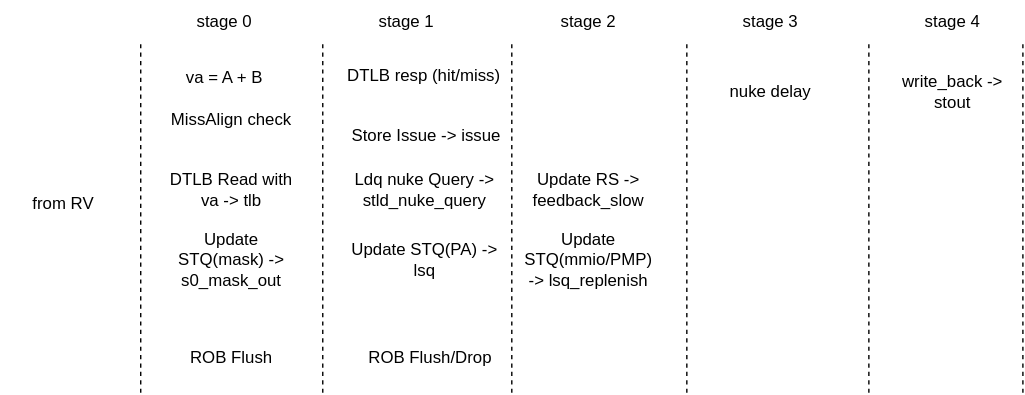
Before: docs/memblock/LSU/figure/StoreUnit-pipeline.svg, a diagram exported from draw.io (OpenXiangShan/XiangShan-Design-Doc). Source tidied: cells renumbered, new cells last; positions are measured from the earlier drawing's top-left corner, leaving out a move shared by most shapes. Its diagram source:
```xml
<mxGraphModel>
  <root>
    <mxCell id="0" />
    <mxCell id="1" parent="0" />
    <mxCell id="2" value="&lt;font style=&quot;font-size: 12px;&quot;&gt;stage 1&lt;/font&gt;" style="text;html=1;align=center;verticalAlign=middle;whiteSpace=wrap;rounded=0;" parent="1" vertex="1">
      <mxGeometry x="260" width="60" height="30" as="geometry" />
    </mxCell>
    <mxCell id="3" value="&lt;font style=&quot;font-size: 12px;&quot;&gt;stage 0&lt;/font&gt;" style="text;html=1;align=center;verticalAlign=middle;whiteSpace=wrap;rounded=0;" parent="1" vertex="1">
      <mxGeometry x="130" width="60" height="30" as="geometry" />
    </mxCell>
    <mxCell id="4" value="&lt;font style=&quot;font-size: 12px;&quot;&gt;stage 2&lt;/font&gt;" style="text;html=1;align=center;verticalAlign=middle;whiteSpace=wrap;rounded=0;" parent="1" vertex="1">
      <mxGeometry x="390" width="60" height="30" as="geometry" />
    </mxCell>
    <mxCell id="5" value="&lt;font style=&quot;font-size: 12px;&quot;&gt;stage 4&lt;/font&gt;" style="text;html=1;align=center;verticalAlign=middle;whiteSpace=wrap;rounded=0;" parent="1" vertex="1">
      <mxGeometry x="650" width="60" height="30" as="geometry" />
    </mxCell>
    <mxCell id="6" value="&lt;font style=&quot;font-size: 12px;&quot;&gt;stage 3&lt;/font&gt;" style="text;html=1;align=center;verticalAlign=middle;whiteSpace=wrap;rounded=0;" parent="1" vertex="1">
      <mxGeometry x="520" width="60" height="30" as="geometry" />
    </mxCell>
    <mxCell id="7" value="&lt;font style=&quot;font-size: 12px;&quot;&gt;va = A + B&lt;/font&gt;" style="text;html=1;align=center;verticalAlign=middle;whiteSpace=wrap;rounded=0;" parent="1" vertex="1">
      <mxGeometry x="130" y="40" width="60" height="30" as="geometry" />
    </mxCell>
    <mxCell id="8" value="&lt;font style=&quot;font-size: 12px;&quot;&gt;MissAlign check&lt;/font&gt;" style="text;html=1;align=center;verticalAlign=middle;whiteSpace=wrap;rounded=0;" parent="1" vertex="1">
      <mxGeometry x="120" y="70" width="90" height="30" as="geometry" />
    </mxCell>
    <mxCell id="9" value="&lt;font style=&quot;font-size: 12px;&quot;&gt;DTLB Read with va -&amp;gt; tlb&lt;/font&gt;" style="text;html=1;align=center;verticalAlign=middle;whiteSpace=wrap;rounded=0;" parent="1" vertex="1">
      <mxGeometry x="120" y="120" width="90" height="30" as="geometry" />
    </mxCell>
    <mxCell id="10" value="&lt;font style=&quot;font-size: 12px;&quot;&gt;Update STQ(mask) -&amp;gt; s0_mask_out&lt;/font&gt;" style="text;html=1;align=center;verticalAlign=middle;whiteSpace=wrap;rounded=0;" parent="1" vertex="1">
      <mxGeometry x="120" y="170" width="90" height="30" as="geometry" />
    </mxCell>
    <mxCell id="11" value="&lt;font style=&quot;font-size: 12px;&quot;&gt;ROB Flush&lt;/font&gt;" style="text;html=1;align=center;verticalAlign=middle;whiteSpace=wrap;rounded=0;" parent="1" vertex="1">
      <mxGeometry x="120" y="240" width="90" height="30" as="geometry" />
    </mxCell>
    <mxCell id="12" value="&lt;font style=&quot;font-size: 12px;&quot;&gt;DTLB resp (hit/miss)&lt;/font&gt;&lt;div&gt;&lt;br&gt;&lt;/div&gt;&lt;div&gt;&lt;br&gt;&lt;div&gt;&lt;font style=&quot;font-size: 12px;&quot;&gt;&amp;nbsp;Store Issue -&amp;gt; issue&lt;/font&gt;&lt;/div&gt;&lt;/div&gt;" style="text;html=1;align=center;verticalAlign=middle;whiteSpace=wrap;rounded=0;" parent="1" vertex="1">
      <mxGeometry x="240" y="60" width="125" height="30" as="geometry" />
    </mxCell>
    <mxCell id="13" value="&lt;font style=&quot;font-size: 12px;&quot;&gt;Ldq nuke Query -&amp;gt; stld_nuke_query&lt;/font&gt;" style="text;html=1;align=center;verticalAlign=middle;whiteSpace=wrap;rounded=0;" parent="1" vertex="1">
      <mxGeometry x="249.5" y="120" width="106" height="30" as="geometry" />
    </mxCell>
    <mxCell id="14" value="Update STQ(PA) -&amp;gt; lsq" style="text;html=1;align=center;verticalAlign=middle;whiteSpace=wrap;rounded=0;" parent="1" vertex="1">
      <mxGeometry x="244.5" y="170" width="116" height="30" as="geometry" />
    </mxCell>
    <mxCell id="15" value="&lt;font style=&quot;font-size: 12px;&quot;&gt;ROB Flush/Drop&lt;/font&gt;" style="text;html=1;align=center;verticalAlign=middle;whiteSpace=wrap;rounded=0;" parent="1" vertex="1">
      <mxGeometry x="254" y="240" width="106" height="30" as="geometry" />
    </mxCell>
    <mxCell id="16" style="endArrow=none;dashed=1;html=1;rounded=0;" parent="1" edge="1">
      <mxGeometry relative="1" as="geometry">
        <mxPoint x="100" y="280" as="sourcePoint" />
        <mxPoint x="100" y="30" as="targetPoint" />
      </mxGeometry>
    </mxCell>
    <mxCell id="17" style="endArrow=none;dashed=1;html=1;rounded=0;" parent="1" edge="1">
      <mxGeometry relative="1" as="geometry">
        <mxPoint x="230" y="280" as="sourcePoint" />
        <mxPoint x="230" y="30" as="targetPoint" />
      </mxGeometry>
    </mxCell>
    <mxCell id="18" value="&lt;font style=&quot;font-size: 12px;&quot;&gt;from RV&lt;/font&gt;" style="text;html=1;align=center;verticalAlign=middle;whiteSpace=wrap;rounded=0;" parent="1" vertex="1">
      <mxGeometry y="130" width="90" height="30" as="geometry" />
    </mxCell>
    <mxCell id="19" style="endArrow=none;dashed=1;html=1;rounded=0;" parent="1" edge="1">
      <mxGeometry relative="1" as="geometry">
        <mxPoint x="365" y="280" as="sourcePoint" />
        <mxPoint x="365" y="30" as="targetPoint" />
      </mxGeometry>
    </mxCell>
    <mxCell id="20" value="&lt;font style=&quot;font-size: 12px;&quot;&gt;Update RS -&amp;gt; feedback_slow&lt;/font&gt;" style="text;html=1;align=center;verticalAlign=middle;whiteSpace=wrap;rounded=0;" parent="1" vertex="1">
      <mxGeometry x="375" y="120" width="90" height="30" as="geometry" />
    </mxCell>
    <mxCell id="21" value="&lt;font style=&quot;font-size: 12px;&quot;&gt;Update STQ(mmio/PMP) -&amp;gt; lsq_replenish&lt;/font&gt;" style="text;html=1;align=center;verticalAlign=middle;whiteSpace=wrap;rounded=0;" parent="1" vertex="1">
      <mxGeometry x="375" y="170" width="90" height="30" as="geometry" />
    </mxCell>
    <mxCell id="22" style="endArrow=none;dashed=1;html=1;rounded=0;" parent="1" edge="1">
      <mxGeometry relative="1" as="geometry">
        <mxPoint x="490" y="280" as="sourcePoint" />
        <mxPoint x="490" y="30" as="targetPoint" />
      </mxGeometry>
    </mxCell>
    <mxCell id="23" value="nuke delay" style="text;html=1;align=center;verticalAlign=middle;whiteSpace=wrap;rounded=0;" parent="1" vertex="1">
      <mxGeometry x="510" y="50" width="80" height="30" as="geometry" />
    </mxCell>
    <mxCell id="24" value="write_back -&amp;gt; stout" style="text;html=1;align=center;verticalAlign=middle;whiteSpace=wrap;rounded=0;" parent="1" vertex="1">
      <mxGeometry x="640" y="50" width="80" height="30" as="geometry" />
    </mxCell>
    <mxCell id="25" style="endArrow=none;dashed=1;html=1;rounded=0;" parent="1" edge="1">
      <mxGeometry relative="1" as="geometry">
        <mxPoint x="620" y="280" as="sourcePoint" />
        <mxPoint x="620" y="30" as="targetPoint" />
      </mxGeometry>
    </mxCell>
    <mxCell id="26" style="endArrow=none;dashed=1;html=1;rounded=0;" parent="1" edge="1">
      <mxGeometry relative="1" as="geometry">
        <mxPoint x="730" y="280" as="sourcePoint" />
        <mxPoint x="730" y="30" as="targetPoint" />
      </mxGeometry>
    </mxCell>
  </root>
</mxGraphModel>
```
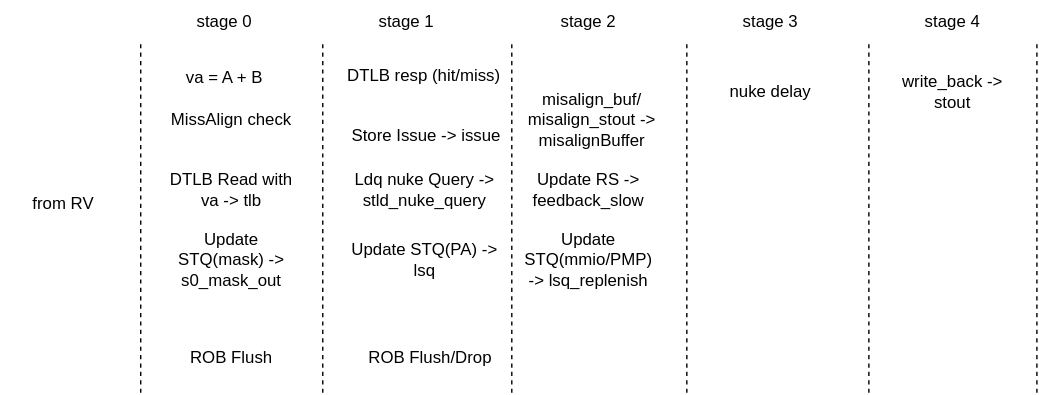
The same file after the commit.

Commit message:
doc(StoreUnit): update StoreUnit add nc/mmio/misalign_st in function description, update storeunit.svg

The edit, as a diff of the source:
```diff
@@ -91,9 +91,12 @@
     </mxCell>
     <mxCell id="26" style="endArrow=none;dashed=1;html=1;rounded=0;" parent="1" edge="1">
       <mxGeometry relative="1" as="geometry">
-        <mxPoint x="730" y="280" as="sourcePoint" />
-        <mxPoint x="730" y="30" as="targetPoint" />
+        <mxPoint x="740" y="280" as="sourcePoint" />
+        <mxPoint x="740" y="30" as="targetPoint" />
       </mxGeometry>
     </mxCell>
+    <mxCell id="27" value="&lt;font style=&quot;font-size: 12px;&quot;&gt;misalign_buf/ misalign_stout -&amp;gt; misalignBuffer&lt;/font&gt;" style="text;html=1;align=center;verticalAlign=middle;whiteSpace=wrap;rounded=0;" parent="1" vertex="1">
+      <mxGeometry x="375" y="70" width="95" height="30" as="geometry" />
+    </mxCell>
   </root>
 </mxGraphModel>
```
